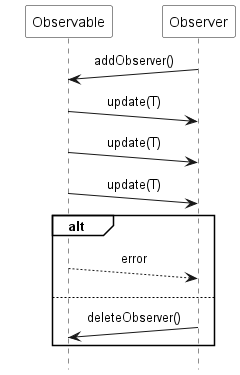
ti-cortex-m4/demo-java-reactive-streams-old keeps this PlantUML diagram as images/pattern_Observer.png. Above is the earlier version. The source it was exported from:
```plantuml
@startuml

scale 1.0
hide footbox

!pragma teoz true

skinparam monochrome true
skinparam defaultFontName Source Sans Pro
skinparam sequenceMessageAlign center
skinparam participantBackgroundColor #white
skinparam noteBackgroundColor #white
skinparam sequenceGroupBackgroundColor #white
skinparam participantPadding 20

participant Observable
participant Observer

Observer ->(10) Observable : addObserver()

Observable ->(10) Observer : update(T)
Observable ->(10) Observer : update(T)
Observable ->(10) Observer : update(T)

alt
    Observable -->(10) Observer : error
else
    Observer ->(10) Observable : deleteObserver()
end

@enduml
```
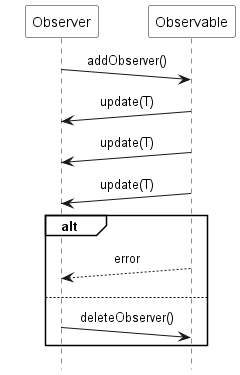
After the change.

What changed in the source:
```diff
@@ -13,8 +13,8 @@
 skinparam sequenceGroupBackgroundColor #white
 skinparam participantPadding 20
 
+participant Observer
 participant Observable
-participant Observer
 
 Observer ->(10) Observable : addObserver()
 
```
